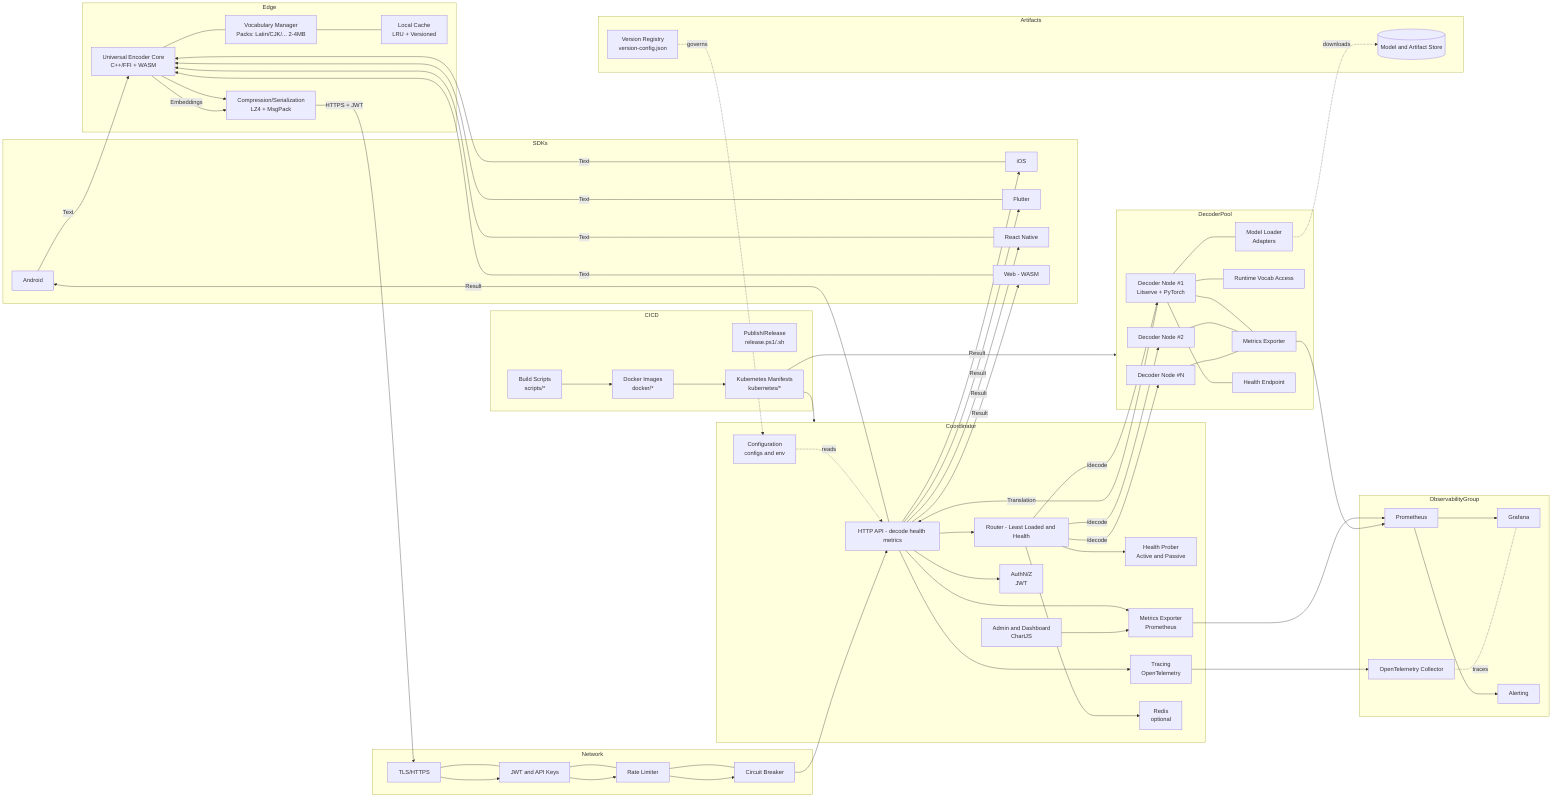
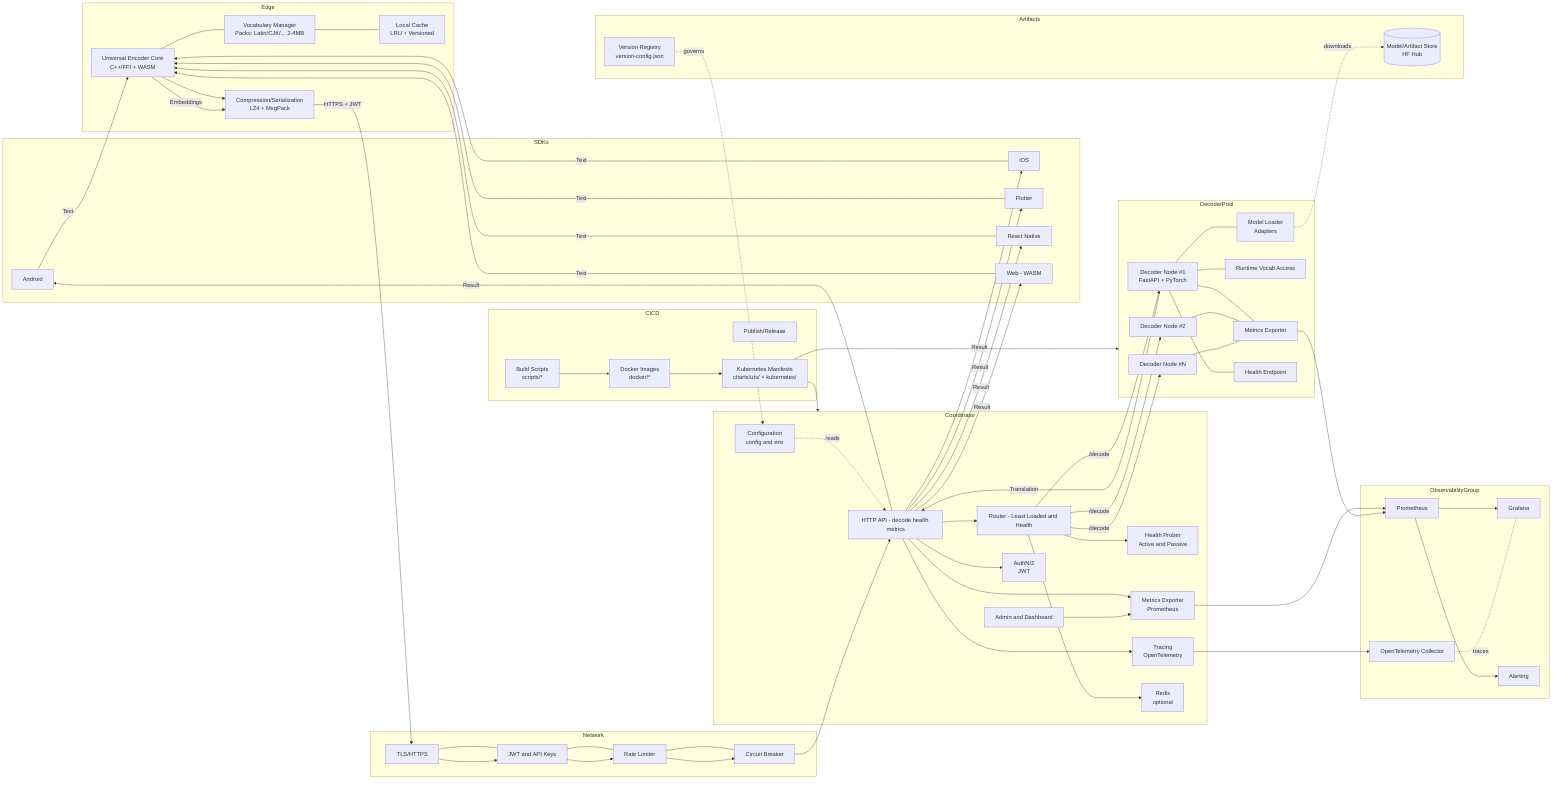
flowchart LR
    subgraph SDKs
        A1[Android]
        A2[iOS]
        A3[Flutter]
        A4[React Native]
        A5[Web - WASM]
    end

    subgraph Edge
        E1[Universal Encoder Core\nC++/FFI + WASM]
        E2[Vocabulary Manager\nPacks: Latin/CJK/... 2-4MB]
        E3[Local Cache\nLRU + Versioned]
        E4[Compression/Serialization\nLZ4 + MsgPack]
        E1 --- E2
        E2 --- E3
        E1 --> E4
    end

    subgraph Network
        TLS[TLS/HTTPS]
        Auth[JWT and API Keys]
        RL[Rate Limiter]
        CB[Circuit Breaker]
        TLS --- Auth
        Auth --- RL
        RL --- CB
    end

    subgraph Coordinator
        C_API[HTTP API - decode health metrics]
        C_RT[Router - Least Loaded and Health]
        C_HC[Health Prober\nActive and Passive]
        C_MX[Metrics Exporter\nPrometheus]
        C_TR[Tracing\nOpenTelemetry]
-         C_ADM[Admin and Dashboard\nChartJS]
+         C_ADM[Admin and Dashboard]
        C_REDIS[Redis\noptional]
-         C_CFG[Configuration\nconfigs and env]
+         C_CFG[Configuration\nconfig and env]
        C_SEC[AuthN/Z\nJWT]
        C_API --> C_RT
        C_RT --> C_HC
        C_API --> C_SEC
        C_API --> C_MX
        C_API --> C_TR
        C_RT --> C_REDIS
        C_ADM --> C_MX
        C_CFG -. reads .-> C_API
    end

    subgraph DecoderPool
-         DN1[Decoder Node #1\nLitserve + PyTorch]
+         DN1[Decoder Node #1\nFastAPI + PyTorch]
        DN2[Decoder Node #2]
        DNn[Decoder Node #N]
                    MLD[Model Loader\nAdapters]
            VLM[Runtime Vocab Access]
            MXS[Metrics Exporter]
            HCS[Health Endpoint]
        DN1 --- MLD
        DN1 --- VLM
        DN1 --- MXS
        DN1 --- HCS
        DN2 --- MXS
        DNn --- MXS
    end

    subgraph ObservabilityGroup
        PM[Prometheus]
        GF[Grafana]
        AL[Alerting]
        OTEL[OpenTelemetry Collector]
        PM --> GF
        PM --> AL
        OTEL -. traces .- GF
    end

    subgraph Artifacts
-         MS[(Model and Artifact Store)]
+         MS[(Model/Artifact Store\nHF Hub)]
        VR[Version Registry\nversion-config.json]
    end

    subgraph CICD
        BLD[Build Scripts\nscripts/*]
-         PBL[Publish/Release\nrelease.ps1/.sh]
+         PBL[Publish/Release]
        DKR[Docker Images\ndocker/*]
-         K8S[Kubernetes Manifests\nkubernetes/*]
+         K8S[Kubernetes Manifests\ncharts/uts/ + kubernetes/]
    end

    A1 & A2 & A3 & A4 & A5 -->|Text| E1
    E1 -->|Embeddings| E4
    E4 -->|HTTPS + JWT| TLS
    TLS --> Auth --> RL --> CB --> C_API

    C_RT -->|/decode| DN1 & DN2 & DNn
    DN1 -->|Translation| C_API
    C_API -->|Result| A1 & A2 & A3 & A4 & A5

    C_MX --> PM
    MXS --> PM
    C_TR --> OTEL

    MLD -. downloads .-> MS
    VR -. governs .-> C_CFG

    BLD --> DKR --> K8S
    K8S --> Coordinator
    K8S --> DecoderPool